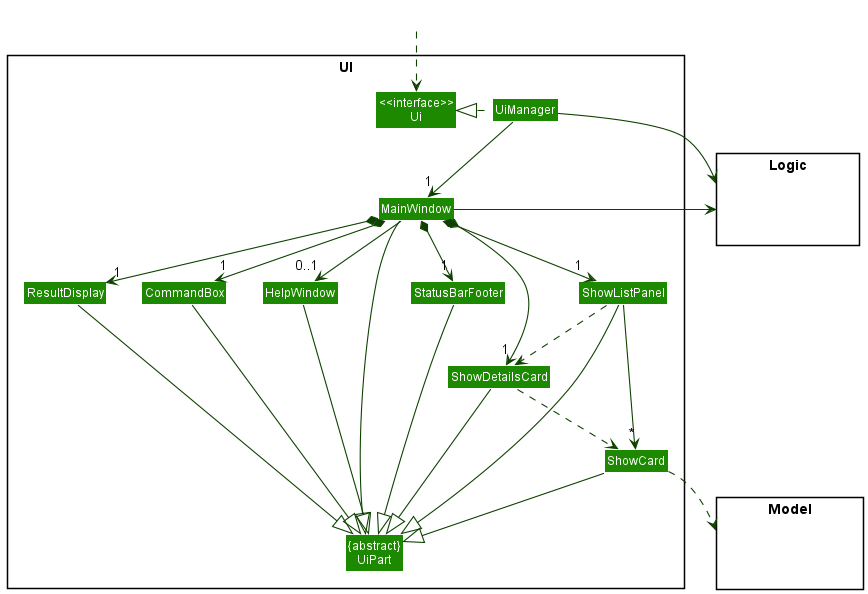
This is docs/images/UiClassDiagram.png from nus-cs2103-AY2122S2/tp, a PlantUML export, as it was before one commit.
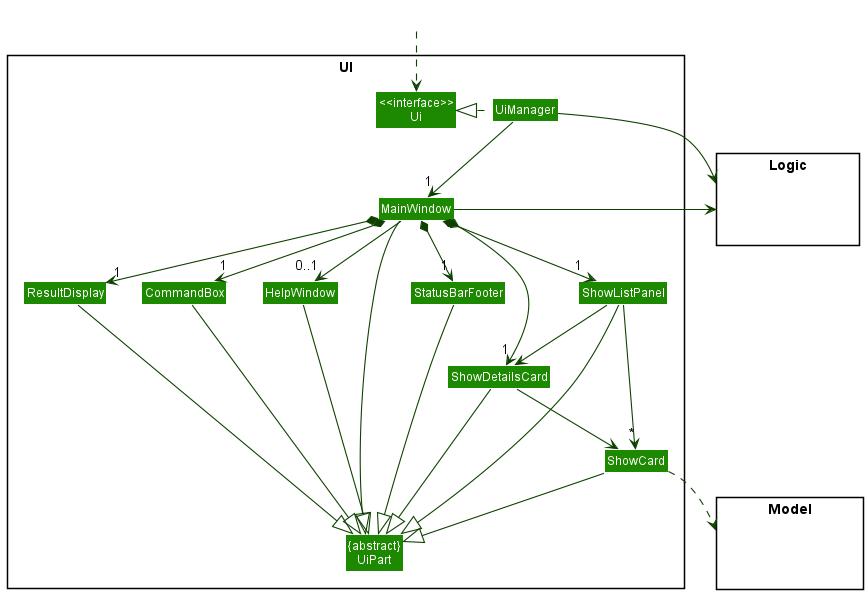
Above is the later version.

Commit message:
Fix UML diagram

Diff of the diagram source:
```diff
@@ -39,8 +39,8 @@
 MainWindow --> "0..1" HelpWindow
 
 ShowListPanel -down-> "*" ShowCard
-ShowListPanel ..> ShowDetailsCard
-ShowDetailsCard ..> ShowCard
+ShowListPanel --> ShowDetailsCard
+ShowDetailsCard --> ShowCard
 
 MainWindow --|> UiPart
 ResultDisplay --|> UiPart
```
